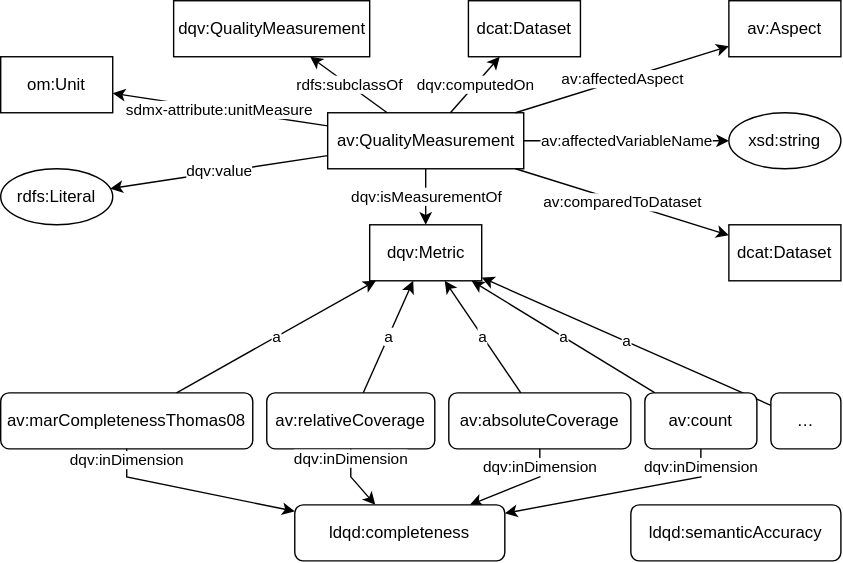
Above: qualityMeasurementGraph.svg in fusion-jena/abecto-vocabulary (draw.io), before the change. Source tidied: cells renumbered, new cells last; positions are measured from the earlier drawing's top-left corner, leaving out a move shared by most shapes.
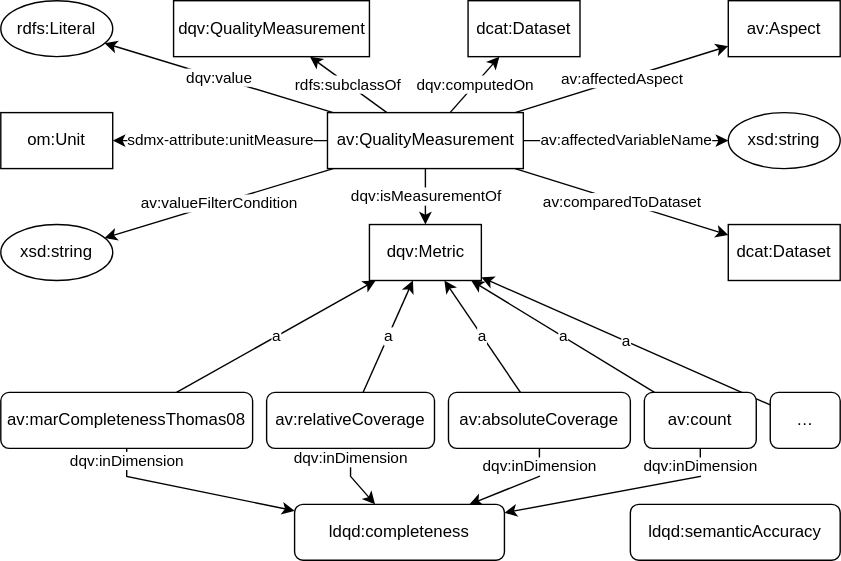
Later version of the same file.

Commit message:
add quality measurement property: value filter condition

The edit, as a diff of the source:
```diff
@@ -24,10 +24,10 @@
       <mxGeometry relative="1" as="geometry" />
     </mxCell>
     <mxCell id="9" value="om:Unit" style="whiteSpace=wrap;html=1;" parent="1" vertex="1">
-      <mxGeometry y="40" width="80" height="40" as="geometry" />
+      <mxGeometry y="80" width="80" height="40" as="geometry" />
     </mxCell>
     <mxCell id="10" value="rdfs:Literal" style="ellipse;whiteSpace=wrap;html=1;" parent="1" vertex="1">
-      <mxGeometry y="120" width="80" height="40" as="geometry" />
+      <mxGeometry width="80" height="40" as="geometry" />
     </mxCell>
     <mxCell id="11" value="av:marCompletenessThomas08" style="whiteSpace=wrap;html=1;rounded=1;" parent="1" vertex="1">
       <mxGeometry y="280" width="180" height="40" as="geometry" />
@@ -117,5 +117,11 @@
     <mxCell id="34" value="av:count" style="whiteSpace=wrap;html=1;rounded=1;" parent="1" vertex="1">
       <mxGeometry x="460" y="280" width="80" height="40" as="geometry" />
     </mxCell>
+    <mxCell id="35" value="av:valueFilterCondition" style="edgeStyle=none;rounded=0;jettySize=auto;html=1;" parent="1" edge="1" source="5" target="36">
+      <mxGeometry relative="1" as="geometry" />
+    </mxCell>
+    <mxCell id="36" value="xsd:string" style="ellipse;whiteSpace=wrap;html=1;" parent="1" vertex="1">
+      <mxGeometry y="160" width="80" height="40" as="geometry" />
+    </mxCell>
   </root>
 </mxGraphModel>
```
